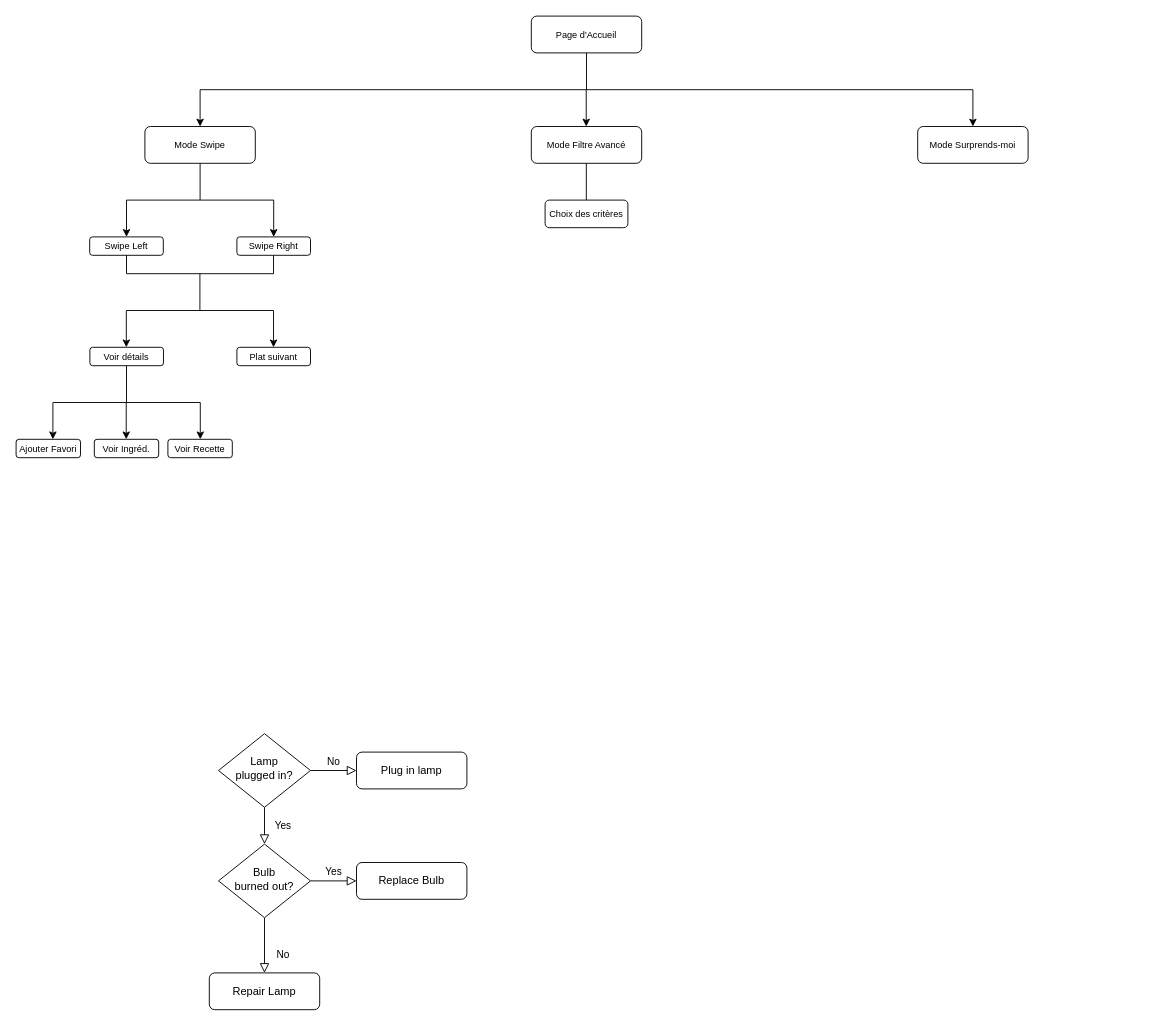
This is Diagramme sans nom.drawio from Yemenosaurus/onmangequoi_frontend, a draw.io file, before an edit. Source tidied: cells renumbered, new cells numbered last; positions are measured from the earlier drawing's top-left corner, leaving out a move shared by most shapes. Both pictures are drawn from the tidied source at 92%, with x=0, y=0 at pixel (16, 16).
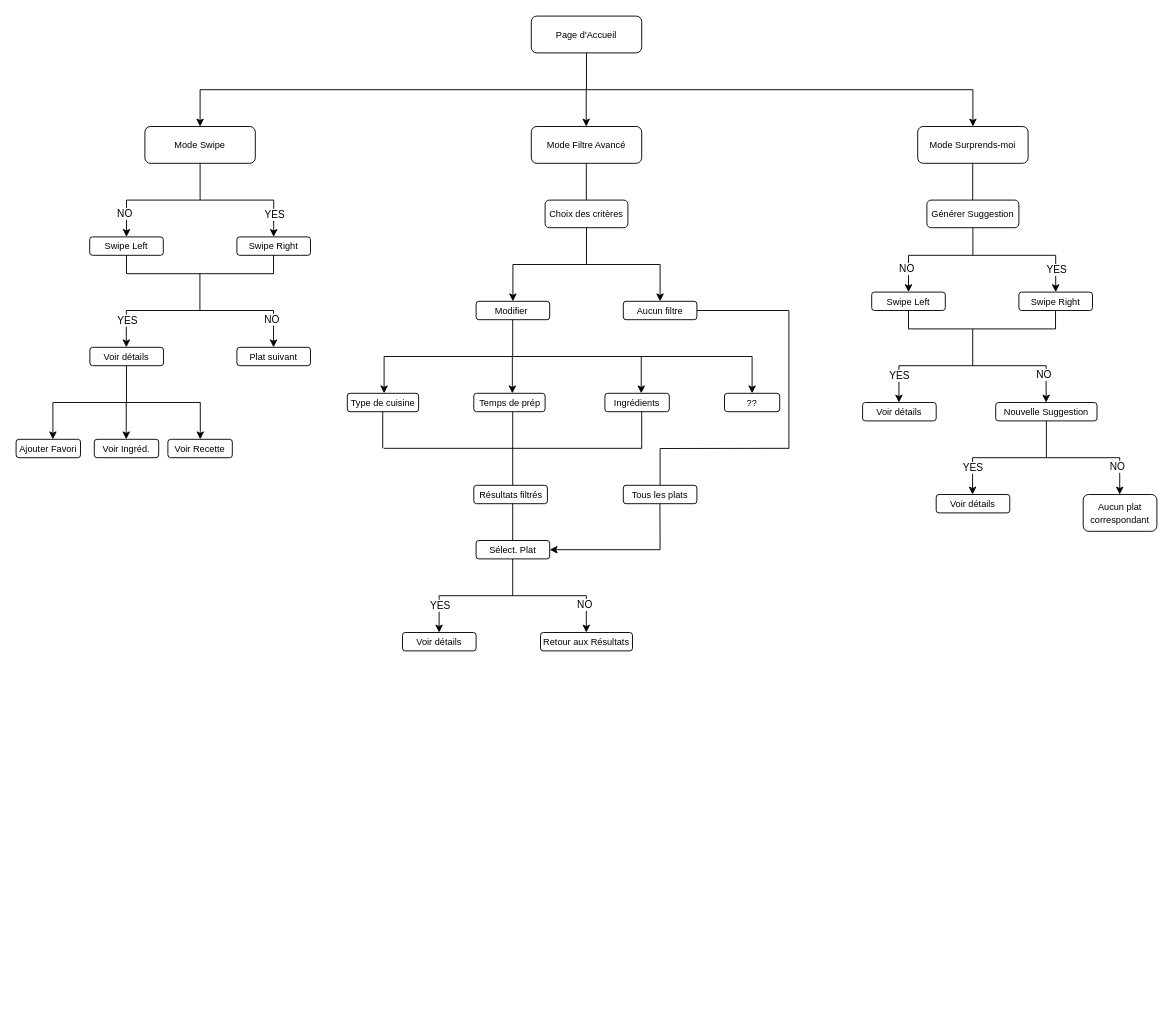
The same page after the edit.

Commit message (it also covers changes not shown here):
Mettre à jour Diagramme sans nom.drawio

The change refers to these unchanged cells:
```xml
<mxCell id="23" style="endArrow=classic;html=1;rounded=0;" parent="1" edge="1">
  <mxGeometry relative="1" as="geometry">
    <mxPoint x="280" y="200" as="sourcePoint" />
    <mxPoint x="280" y="240" as="targetPoint" />
  </mxGeometry>
</mxCell>
```

The edit, as a diff of the source:
```diff
@@
-    <mxCell id="3" value="Yes" style="rounded=0;html=1;jettySize=auto;fontSize=11;endArrow=block;endFill=0;endSize=8;strokeWidth=1;shadow=0;labelBackgroundColor=none;edgeStyle=orthogonalEdgeStyle;" parent="1" edge="1" source="5" target="9">
-      <mxGeometry y="20" relative="1" as="geometry" />
-    </mxCell>
-    <mxCell id="4" value="No" style="edgeStyle=orthogonalEdgeStyle;rounded=0;html=1;jettySize=auto;fontSize=11;endArrow=block;endFill=0;endSize=8;strokeWidth=1;shadow=0;labelBackgroundColor=none;" parent="1" edge="1" source="5" target="6">
-      <mxGeometry y="10" relative="1" as="geometry" />
-    </mxCell>
-    <mxCell id="5" value="Lamp&lt;br&gt;plugged in?" style="rhombus;whiteSpace=wrap;html=1;shadow=0;fontFamily=Helvetica;fontSize=12;align=center;strokeWidth=1;spacing=6;spacingTop=-4;" parent="1" vertex="1">
-      <mxGeometry x="220" y="780" width="100" height="80" as="geometry" />
-    </mxCell>
-    <mxCell id="6" value="Plug in lamp" style="rounded=1;whiteSpace=wrap;html=1;fontSize=12;glass=0;strokeWidth=1;shadow=0;" parent="1" vertex="1">
-      <mxGeometry x="370" y="800" width="120" height="40" as="geometry" />
-    </mxCell>
-    <mxCell id="7" value="No" style="rounded=0;html=1;jettySize=auto;fontSize=11;endArrow=block;endFill=0;endSize=8;strokeWidth=1;shadow=0;labelBackgroundColor=none;edgeStyle=orthogonalEdgeStyle;" parent="1" edge="1" source="9" target="10">
-      <mxGeometry x="0.33" y="20" relative="1" as="geometry" />
-    </mxCell>
-    <mxCell id="8" value="Yes" style="edgeStyle=orthogonalEdgeStyle;rounded=0;html=1;jettySize=auto;fontSize=11;endArrow=block;endFill=0;endSize=8;strokeWidth=1;shadow=0;labelBackgroundColor=none;" parent="1" edge="1" source="9" target="11">
-      <mxGeometry y="10" relative="1" as="geometry" />
-    </mxCell>
-    <mxCell id="9" value="Bulb&lt;br&gt;burned out?" style="rhombus;whiteSpace=wrap;html=1;shadow=0;fontFamily=Helvetica;fontSize=12;align=center;strokeWidth=1;spacing=6;spacingTop=-4;" parent="1" vertex="1">
-      <mxGeometry x="220" y="900" width="100" height="80" as="geometry" />
-    </mxCell>
-    <mxCell id="10" value="Repair Lamp" style="rounded=1;whiteSpace=wrap;html=1;fontSize=12;glass=0;strokeWidth=1;shadow=0;" parent="1" vertex="1">
-      <mxGeometry x="210" y="1040" width="120" height="40" as="geometry" />
-    </mxCell>
-    <mxCell id="11" value="Replace Bulb" style="rounded=1;whiteSpace=wrap;html=1;fontSize=12;glass=0;strokeWidth=1;shadow=0;" parent="1" vertex="1">
-      <mxGeometry x="370" y="920" width="120" height="40" as="geometry" />
-    </mxCell>
@@
+    <mxCell id="45" value="YES" style="edgeLabel;html=1;align=center;verticalAlign=middle;" parent="23" vertex="1">
+      <mxGeometry x="-0.38" relative="1" as="geometry">
+        <mxPoint y="3" as="offset" />
+      </mxGeometry>
+    </mxCell>
@@
+    <mxCell id="46" style="endArrow=none;html=1;rounded=0;entryX=0.5;entryY=1;entryDx=0;entryDy=0;" parent="1" edge="1">
+      <mxGeometry relative="1" as="geometry">
+        <mxPoint x="620" y="270" as="sourcePoint" />
+        <mxPoint x="620" y="230" as="targetPoint" />
+      </mxGeometry>
+    </mxCell>
+    <mxCell id="47" style="endArrow=none;html=1;rounded=0;" parent="1" edge="1">
+      <mxGeometry relative="1" as="geometry">
+        <mxPoint x="700" y="270" as="sourcePoint" />
+        <mxPoint x="540" y="270" as="targetPoint" />
+      </mxGeometry>
+    </mxCell>
+    <mxCell id="48" style="endArrow=classic;html=1;rounded=0;" parent="1" edge="1">
+      <mxGeometry relative="1" as="geometry">
+        <mxPoint x="540" y="270" as="sourcePoint" />
+        <mxPoint x="540" y="310" as="targetPoint" />
+      </mxGeometry>
+    </mxCell>
+    <mxCell id="49" style="endArrow=classic;html=1;rounded=0;" parent="1" edge="1">
+      <mxGeometry relative="1" as="geometry">
+        <mxPoint x="700" y="270" as="sourcePoint" />
+        <mxPoint x="700" y="310" as="targetPoint" />
+      </mxGeometry>
+    </mxCell>
+    <mxCell id="50" value="&lt;font style=&quot;font-size: 10px;&quot;&gt;Modifier&amp;nbsp;&lt;/font&gt;" style="rounded=1;whiteSpace=wrap;html=1;" parent="1" vertex="1">
+      <mxGeometry x="500" y="310" width="80" height="20" as="geometry" />
+    </mxCell>
+    <mxCell id="51" value="&lt;font style=&quot;font-size: 10px;&quot;&gt;Aucun filtre&lt;/font&gt;" style="rounded=1;whiteSpace=wrap;html=1;" parent="1" vertex="1">
+      <mxGeometry x="660" y="310" width="80" height="20" as="geometry" />
+    </mxCell>
+    <mxCell id="52" style="endArrow=none;html=1;rounded=0;entryX=0.5;entryY=1;entryDx=0;entryDy=0;" parent="1" edge="1">
+      <mxGeometry relative="1" as="geometry">
+        <mxPoint x="539.8" y="470" as="sourcePoint" />
+        <mxPoint x="539.8" y="430" as="targetPoint" />
+      </mxGeometry>
+    </mxCell>
+    <mxCell id="53" style="endArrow=none;html=1;rounded=0;" parent="1" edge="1">
+      <mxGeometry relative="1" as="geometry">
+        <mxPoint x="400" y="370" as="sourcePoint" />
+        <mxPoint x="800" y="370" as="targetPoint" />
+      </mxGeometry>
+    </mxCell>
+    <mxCell id="54" style="endArrow=classic;html=1;rounded=0;" parent="1" edge="1">
+      <mxGeometry relative="1" as="geometry">
+        <mxPoint x="400" y="370" as="sourcePoint" />
+        <mxPoint x="400" y="410" as="targetPoint" />
+      </mxGeometry>
+    </mxCell>
+    <mxCell id="55" style="endArrow=classic;html=1;rounded=0;" parent="1" edge="1">
+      <mxGeometry relative="1" as="geometry">
+        <mxPoint x="539.4" y="370" as="sourcePoint" />
+        <mxPoint x="539.4" y="410" as="targetPoint" />
+      </mxGeometry>
+    </mxCell>
+    <mxCell id="56" style="endArrow=classic;html=1;rounded=0;" parent="1" edge="1">
+      <mxGeometry relative="1" as="geometry">
+        <mxPoint x="679.5" y="370" as="sourcePoint" />
+        <mxPoint x="679.5" y="410" as="targetPoint" />
+      </mxGeometry>
+    </mxCell>
+    <mxCell id="57" value="&lt;font style=&quot;font-size: 10px;&quot;&gt;Ingrédients&lt;/font&gt;" style="rounded=1;whiteSpace=wrap;html=1;" parent="1" vertex="1">
+      <mxGeometry x="640" y="410" width="70" height="20" as="geometry" />
+    </mxCell>
+    <mxCell id="58" value="&lt;span style=&quot;font-size: 10px;&quot;&gt;Type de cuisine&lt;/span&gt;" style="rounded=1;whiteSpace=wrap;html=1;" parent="1" vertex="1">
+      <mxGeometry x="360" y="410" width="77.5" height="20" as="geometry" />
+    </mxCell>
+    <mxCell id="59" value="&lt;span style=&quot;font-size: 10px;&quot;&gt;Temps de prép&lt;/span&gt;" style="rounded=1;whiteSpace=wrap;html=1;" parent="1" vertex="1">
+      <mxGeometry x="497.5" y="410" width="77.5" height="20" as="geometry" />
+    </mxCell>
+    <mxCell id="60" style="endArrow=none;html=1;rounded=0;" parent="1" edge="1">
+      <mxGeometry relative="1" as="geometry">
+        <mxPoint x="400" y="469.8" as="sourcePoint" />
+        <mxPoint x="680" y="469.8" as="targetPoint" />
+      </mxGeometry>
+    </mxCell>
+    <mxCell id="61" style="endArrow=none;html=1;rounded=0;entryX=0.5;entryY=1;entryDx=0;entryDy=0;" parent="1" edge="1">
+      <mxGeometry relative="1" as="geometry">
+        <mxPoint x="680" y="470" as="sourcePoint" />
+        <mxPoint x="680" y="430" as="targetPoint" />
+      </mxGeometry>
+    </mxCell>
+    <mxCell id="62" style="endArrow=none;html=1;rounded=0;entryX=0.5;entryY=1;entryDx=0;entryDy=0;" parent="1" edge="1">
+      <mxGeometry relative="1" as="geometry">
+        <mxPoint x="398.5" y="470" as="sourcePoint" />
+        <mxPoint x="398.5" y="430" as="targetPoint" />
+      </mxGeometry>
+    </mxCell>
+    <mxCell id="63" style="endArrow=none;html=1;rounded=0;entryX=0.5;entryY=1;entryDx=0;entryDy=0;" parent="1" edge="1">
+      <mxGeometry relative="1" as="geometry">
+        <mxPoint x="539.8" y="370" as="sourcePoint" />
+        <mxPoint x="539.8" y="330" as="targetPoint" />
+      </mxGeometry>
+    </mxCell>
+    <mxCell id="64" style="endArrow=none;html=1;rounded=0;entryX=0.5;entryY=1;entryDx=0;entryDy=0;" parent="1" edge="1">
+      <mxGeometry relative="1" as="geometry">
+        <mxPoint x="539.8" y="510" as="sourcePoint" />
+        <mxPoint x="539.8" y="470" as="targetPoint" />
+      </mxGeometry>
+    </mxCell>
+    <mxCell id="65" value="&lt;font style=&quot;font-size: 10px;&quot;&gt;Résultats filtrés&lt;/font&gt;" style="rounded=1;whiteSpace=wrap;html=1;" parent="1" vertex="1">
+      <mxGeometry x="497.5" y="510" width="80" height="20" as="geometry" />
+    </mxCell>
+    <mxCell id="66" style="endArrow=none;html=1;rounded=0;entryX=0.5;entryY=1;entryDx=0;entryDy=0;" parent="1" edge="1">
+      <mxGeometry relative="1" as="geometry">
+        <mxPoint x="539.8" y="570" as="sourcePoint" />
+        <mxPoint x="539.8" y="530" as="targetPoint" />
+      </mxGeometry>
+    </mxCell>
+    <mxCell id="67" value="&lt;font style=&quot;font-size: 10px;&quot;&gt;Sélect. Plat&lt;/font&gt;" style="rounded=1;whiteSpace=wrap;html=1;" parent="1" vertex="1">
+      <mxGeometry x="500" y="570" width="80" height="20" as="geometry" />
+    </mxCell>
+    <mxCell id="68" style="endArrow=classic;html=1;rounded=0;" parent="1" edge="1">
+      <mxGeometry relative="1" as="geometry">
+        <mxPoint x="800" y="370" as="sourcePoint" />
+        <mxPoint x="800" y="410" as="targetPoint" />
+      </mxGeometry>
+    </mxCell>
+    <mxCell id="69" value="&lt;font style=&quot;font-size: 10px;&quot;&gt;??&lt;/font&gt;" style="rounded=1;whiteSpace=wrap;html=1;" parent="1" vertex="1">
+      <mxGeometry x="770" y="410" width="60" height="20" as="geometry" />
+    </mxCell>
+    <mxCell id="70" style="endArrow=none;html=1;rounded=0;entryX=0.5;entryY=1;entryDx=0;entryDy=0;" parent="1" edge="1">
+      <mxGeometry relative="1" as="geometry">
+        <mxPoint x="539.8" y="630" as="sourcePoint" />
+        <mxPoint x="539.8" y="590" as="targetPoint" />
+      </mxGeometry>
+    </mxCell>
+    <mxCell id="71" style="endArrow=none;html=1;rounded=0;" parent="1" edge="1">
+      <mxGeometry relative="1" as="geometry">
+        <mxPoint x="619.8" y="630" as="sourcePoint" />
+        <mxPoint x="459.8" y="630" as="targetPoint" />
+      </mxGeometry>
+    </mxCell>
+    <mxCell id="72" style="endArrow=classic;html=1;rounded=0;" parent="1" edge="1">
+      <mxGeometry relative="1" as="geometry">
+        <mxPoint x="459.8" y="630" as="sourcePoint" />
+        <mxPoint x="459.8" y="670" as="targetPoint" />
+      </mxGeometry>
+    </mxCell>
+    <mxCell id="73" style="endArrow=classic;html=1;rounded=0;" parent="1" edge="1">
+      <mxGeometry relative="1" as="geometry">
+        <mxPoint x="619.8" y="630" as="sourcePoint" />
+        <mxPoint x="619.8" y="670" as="targetPoint" />
+      </mxGeometry>
+    </mxCell>
+    <mxCell id="74" value="&lt;font style=&quot;font-size: 10px;&quot;&gt;Voir détails&lt;/font&gt;" style="rounded=1;whiteSpace=wrap;html=1;" parent="1" vertex="1">
+      <mxGeometry x="420" y="670" width="80" height="20" as="geometry" />
+    </mxCell>
+    <mxCell id="75" value="&lt;font style=&quot;font-size: 10px;&quot;&gt;Retour aux Résultats&lt;/font&gt;" style="rounded=1;whiteSpace=wrap;html=1;" parent="1" vertex="1">
+      <mxGeometry x="570" y="670" width="100" height="20" as="geometry" />
+    </mxCell>
+    <mxCell id="76" value="NO" style="edgeLabel;html=1;align=center;verticalAlign=middle;" parent="1" vertex="1">
+      <mxGeometry x="120.2" y="215" as="geometry">
+        <mxPoint x="-3" y="-1" as="offset" />
+      </mxGeometry>
+    </mxCell>
+    <mxCell id="77" value="YES" style="edgeLabel;html=1;align=center;verticalAlign=middle;" parent="1" vertex="1">
+      <mxGeometry x="120" y="330" as="geometry" />
+    </mxCell>
+    <mxCell id="78" value="NO" style="edgeLabel;html=1;align=center;verticalAlign=middle;" parent="1" vertex="1">
+      <mxGeometry x="280" y="330" as="geometry">
+        <mxPoint x="-3" y="-1" as="offset" />
+      </mxGeometry>
+    </mxCell>
+    <mxCell id="79" style="endArrow=none;html=1;rounded=0;exitX=1;exitY=0.5;exitDx=0;exitDy=0;" parent="1" edge="1" source="51">
+      <mxGeometry relative="1" as="geometry">
+        <mxPoint x="840" y="320" as="targetPoint" />
+      </mxGeometry>
+    </mxCell>
+    <mxCell id="80" style="endArrow=none;html=1;rounded=0;" parent="1" edge="1">
+      <mxGeometry relative="1" as="geometry">
+        <mxPoint x="840" y="470" as="sourcePoint" />
+        <mxPoint x="840" y="320" as="targetPoint" />
+      </mxGeometry>
+    </mxCell>
+    <mxCell id="81" style="endArrow=none;html=1;rounded=0;" parent="1" edge="1">
+      <mxGeometry relative="1" as="geometry">
+        <mxPoint x="700" y="470" as="sourcePoint" />
+        <mxPoint x="840" y="469.8" as="targetPoint" />
+      </mxGeometry>
+    </mxCell>
+    <mxCell id="82" style="endArrow=none;html=1;rounded=0;" parent="1" edge="1">
+      <mxGeometry relative="1" as="geometry">
+        <mxPoint x="700" y="470" as="sourcePoint" />
+        <mxPoint x="700" y="510" as="targetPoint" />
+      </mxGeometry>
+    </mxCell>
+    <mxCell id="83" value="&lt;font style=&quot;font-size: 10px;&quot;&gt;Tous les plats&lt;/font&gt;" style="rounded=1;whiteSpace=wrap;html=1;" parent="1" vertex="1">
+      <mxGeometry x="660" y="510" width="80" height="20" as="geometry" />
+    </mxCell>
+    <mxCell id="84" style="endArrow=none;html=1;rounded=0;entryX=0.5;entryY=1;entryDx=0;entryDy=0;" parent="1" edge="1">
+      <mxGeometry relative="1" as="geometry">
+        <mxPoint x="700" y="580" as="sourcePoint" />
+        <mxPoint x="699.8" y="530" as="targetPoint" />
+      </mxGeometry>
+    </mxCell>
+    <mxCell id="85" style="endArrow=classic;html=1;rounded=0;entryX=1;entryY=0.5;entryDx=0;entryDy=0;" parent="1" edge="1" target="67">
+      <mxGeometry relative="1" as="geometry">
+        <mxPoint x="700" y="580" as="sourcePoint" />
+      </mxGeometry>
+    </mxCell>
+    <mxCell id="86" value="NO" style="edgeLabel;html=1;align=center;verticalAlign=middle;" parent="1" vertex="1">
+      <mxGeometry x="620" y="640" as="geometry">
+        <mxPoint x="-3" y="-1" as="offset" />
+      </mxGeometry>
+    </mxCell>
+    <mxCell id="87" value="YES" style="edgeLabel;html=1;align=center;verticalAlign=middle;" parent="1" vertex="1">
+      <mxGeometry x="460" y="640" as="geometry" />
+    </mxCell>
+    <mxCell id="88" style="endArrow=none;html=1;rounded=0;entryX=0.5;entryY=1;entryDx=0;entryDy=0;" parent="1" edge="1">
+      <mxGeometry relative="1" as="geometry">
+        <mxPoint x="1039.8" y="200" as="sourcePoint" />
+        <mxPoint x="1039.8" y="160" as="targetPoint" />
+      </mxGeometry>
+    </mxCell>
+    <mxCell id="89" value="&lt;font style=&quot;font-size: 10px;&quot;&gt;Générer Suggestion&lt;/font&gt;" style="rounded=1;whiteSpace=wrap;html=1;" parent="1" vertex="1">
+      <mxGeometry x="990" y="200" width="100" height="30" as="geometry" />
+    </mxCell>
+    <mxCell id="90" style="endArrow=none;html=1;rounded=0;" parent="1" edge="1">
+      <mxGeometry relative="1" as="geometry">
+        <mxPoint x="1130" y="260" as="sourcePoint" />
+        <mxPoint x="970" y="260" as="targetPoint" />
+      </mxGeometry>
+    </mxCell>
+    <mxCell id="91" style="endArrow=classic;html=1;rounded=0;" parent="1" edge="1">
+      <mxGeometry relative="1" as="geometry">
+        <mxPoint x="970" y="260" as="sourcePoint" />
+        <mxPoint x="970" y="300" as="targetPoint" />
+      </mxGeometry>
+    </mxCell>
+    <mxCell id="92" style="endArrow=classic;html=1;rounded=0;" parent="1" edge="1">
+      <mxGeometry relative="1" as="geometry">
+        <mxPoint x="1130" y="260" as="sourcePoint" />
+        <mxPoint x="1130" y="300" as="targetPoint" />
+      </mxGeometry>
+    </mxCell>
+    <mxCell id="93" value="YES" style="edgeLabel;html=1;align=center;verticalAlign=middle;" parent="92" vertex="1">
+      <mxGeometry x="-0.38" relative="1" as="geometry">
+        <mxPoint y="3" as="offset" />
+      </mxGeometry>
+    </mxCell>
+    <mxCell id="94" value="&lt;font style=&quot;font-size: 10px;&quot;&gt;Swipe Left&lt;/font&gt;" style="rounded=1;whiteSpace=wrap;html=1;" parent="1" vertex="1">
+      <mxGeometry x="930" y="300" width="80" height="20" as="geometry" />
+    </mxCell>
+    <mxCell id="95" value="&lt;font style=&quot;font-size: 10px;&quot;&gt;Swipe Right&lt;/font&gt;" style="rounded=1;whiteSpace=wrap;html=1;" parent="1" vertex="1">
+      <mxGeometry x="1090" y="300" width="80" height="20" as="geometry" />
+    </mxCell>
+    <mxCell id="96" style="endArrow=none;html=1;rounded=0;" parent="1" edge="1">
+      <mxGeometry relative="1" as="geometry">
+        <mxPoint x="970" y="340" as="sourcePoint" />
+        <mxPoint x="970" y="320" as="targetPoint" />
+      </mxGeometry>
+    </mxCell>
+    <mxCell id="97" style="endArrow=none;html=1;rounded=0;" parent="1" edge="1">
+      <mxGeometry relative="1" as="geometry">
+        <mxPoint x="1129.8" y="340" as="sourcePoint" />
+        <mxPoint x="1129.8" y="320" as="targetPoint" />
+      </mxGeometry>
+    </mxCell>
+    <mxCell id="98" style="endArrow=none;html=1;rounded=0;" parent="1" edge="1">
+      <mxGeometry relative="1" as="geometry">
+        <mxPoint x="1130" y="340" as="sourcePoint" />
+        <mxPoint x="970" y="340" as="targetPoint" />
+      </mxGeometry>
+    </mxCell>
+    <mxCell id="99" value="NO" style="edgeLabel;html=1;align=center;verticalAlign=middle;" parent="1" vertex="1">
+      <mxGeometry x="970.2" y="275" as="geometry">
+        <mxPoint x="-3" y="-1" as="offset" />
+      </mxGeometry>
+    </mxCell>
+    <mxCell id="100" style="endArrow=none;html=1;rounded=0;entryX=0.5;entryY=1;entryDx=0;entryDy=0;" parent="1" edge="1" target="89">
+      <mxGeometry relative="1" as="geometry">
+        <mxPoint x="1040" y="260" as="sourcePoint" />
+      </mxGeometry>
+    </mxCell>
+    <mxCell id="101" style="endArrow=none;html=1;rounded=0;entryX=0.5;entryY=1;entryDx=0;entryDy=0;" parent="1" edge="1">
+      <mxGeometry relative="1" as="geometry">
+        <mxPoint x="1039.8" y="380" as="sourcePoint" />
+        <mxPoint x="1039.8" y="340" as="targetPoint" />
+      </mxGeometry>
+    </mxCell>
+    <mxCell id="102" style="endArrow=none;html=1;rounded=0;" parent="1" edge="1">
+      <mxGeometry relative="1" as="geometry">
+        <mxPoint x="1119.6" y="380" as="sourcePoint" />
+        <mxPoint x="959.6" y="380" as="targetPoint" />
+      </mxGeometry>
+    </mxCell>
+    <mxCell id="103" style="endArrow=classic;html=1;rounded=0;" parent="1" edge="1">
+      <mxGeometry relative="1" as="geometry">
+        <mxPoint x="959.6" y="380" as="sourcePoint" />
+        <mxPoint x="959.6" y="420" as="targetPoint" />
+      </mxGeometry>
+    </mxCell>
+    <mxCell id="104" style="endArrow=classic;html=1;rounded=0;" parent="1" edge="1">
+      <mxGeometry relative="1" as="geometry">
+        <mxPoint x="1119.6" y="380" as="sourcePoint" />
+        <mxPoint x="1119.6" y="420" as="targetPoint" />
+      </mxGeometry>
+    </mxCell>
+    <mxCell id="105" value="&lt;font style=&quot;font-size: 10px;&quot;&gt;Nouvelle Suggestion&lt;/font&gt;" style="rounded=1;whiteSpace=wrap;html=1;" parent="1" vertex="1">
+      <mxGeometry x="1064.8" y="420" width="110.1" height="20" as="geometry" />
+    </mxCell>
+    <mxCell id="106" value="&lt;font style=&quot;font-size: 10px;&quot;&gt;Voir détails&lt;/font&gt;" style="rounded=1;whiteSpace=wrap;html=1;" parent="1" vertex="1">
+      <mxGeometry x="920.1" y="420" width="80" height="20" as="geometry" />
+    </mxCell>
+    <mxCell id="107" value="YES" style="edgeLabel;html=1;align=center;verticalAlign=middle;" parent="1" vertex="1">
+      <mxGeometry x="959.9" y="390" as="geometry" />
+    </mxCell>
+    <mxCell id="108" value="NO" style="edgeLabel;html=1;align=center;verticalAlign=middle;" parent="1" vertex="1">
+      <mxGeometry x="1119.9" y="390" as="geometry">
+        <mxPoint x="-3" y="-1" as="offset" />
+      </mxGeometry>
+    </mxCell>
+    <mxCell id="109" style="endArrow=none;html=1;rounded=0;" parent="1" edge="1">
+      <mxGeometry relative="1" as="geometry">
+        <mxPoint x="1199.6" y="480" as="sourcePoint" />
+        <mxPoint x="1039.6" y="480" as="targetPoint" />
+      </mxGeometry>
+    </mxCell>
+    <mxCell id="110" style="endArrow=classic;html=1;rounded=0;" parent="1" edge="1">
+      <mxGeometry relative="1" as="geometry">
+        <mxPoint x="1039.6" y="480" as="sourcePoint" />
+        <mxPoint x="1039.6" y="520" as="targetPoint" />
+      </mxGeometry>
+    </mxCell>
+    <mxCell id="111" style="endArrow=classic;html=1;rounded=0;" parent="1" edge="1">
+      <mxGeometry relative="1" as="geometry">
+        <mxPoint x="1199.6" y="480" as="sourcePoint" />
+        <mxPoint x="1199.6" y="520" as="targetPoint" />
+      </mxGeometry>
+    </mxCell>
+    <mxCell id="112" value="&lt;font style=&quot;font-size: 10px;&quot;&gt;Aucun plat correspondant&lt;/font&gt;" style="rounded=1;whiteSpace=wrap;html=1;" parent="1" vertex="1">
+      <mxGeometry x="1159.9" y="520" width="80.1" height="40" as="geometry" />
+    </mxCell>
+    <mxCell id="113" value="&lt;font style=&quot;font-size: 10px;&quot;&gt;Voir détails&lt;/font&gt;" style="rounded=1;whiteSpace=wrap;html=1;" parent="1" vertex="1">
+      <mxGeometry x="1000.1" y="520" width="80" height="20" as="geometry" />
+    </mxCell>
+    <mxCell id="114" value="YES" style="edgeLabel;html=1;align=center;verticalAlign=middle;" parent="1" vertex="1">
+      <mxGeometry x="1039.9" y="490" as="geometry" />
+    </mxCell>
+    <mxCell id="115" value="NO" style="edgeLabel;html=1;align=center;verticalAlign=middle;" parent="1" vertex="1">
+      <mxGeometry x="1199.9" y="490" as="geometry">
+        <mxPoint x="-3" y="-1" as="offset" />
+      </mxGeometry>
+    </mxCell>
+    <mxCell id="116" style="endArrow=none;html=1;rounded=0;entryX=0.5;entryY=1;entryDx=0;entryDy=0;" parent="1" edge="1">
+      <mxGeometry relative="1" as="geometry">
+        <mxPoint x="1119.9" y="480" as="sourcePoint" />
+        <mxPoint x="1119.9" y="440" as="targetPoint" />
+      </mxGeometry>
+    </mxCell>
```
